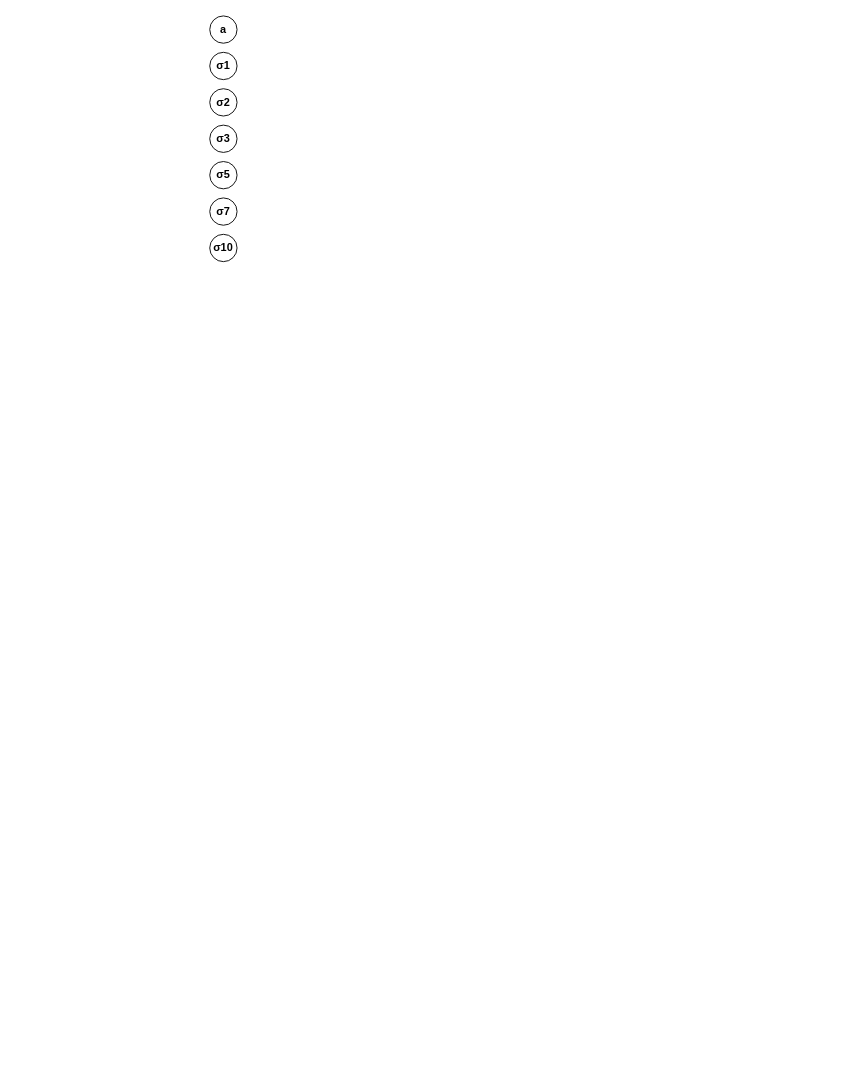
Above: HullWhite Diagram.drawio in lee3jjang/painter (draw.io), before the change. Source tidied: cells renumbered, new cells numbered last; positions are measured from the earlier drawing's top-left corner, leaving out a move shared by most shapes. Both pictures are drawn from the tidied source at 91%, with x=0, y=0 at pixel (209, 15).
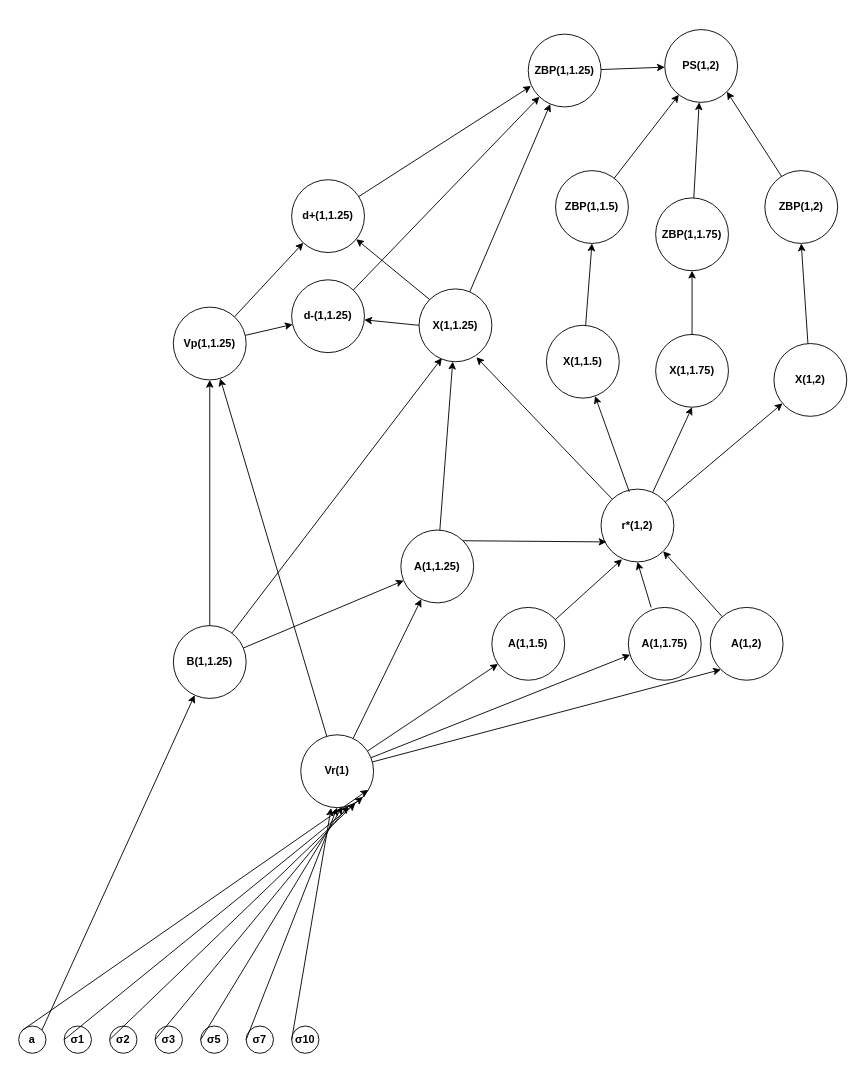
Above is the later version.

Change to the diagram source:
```diff
@@
+    <mxCell id="9" value="PS(1,2)" style="ellipse;whiteSpace=wrap;html=1;fontStyle=1;" parent="1" vertex="1">
+      <mxGeometry x="500" y="15" width="80" height="80" as="geometry" />
+    </mxCell>
+    <mxCell id="10" value="ZBP(1,1.25)" style="ellipse;whiteSpace=wrap;html=1;fontStyle=1;" parent="1" vertex="1">
+      <mxGeometry x="350" y="20" width="80" height="80" as="geometry" />
+    </mxCell>
+    <mxCell id="11" value="ZBP(1,1.5)" style="ellipse;whiteSpace=wrap;html=1;fontStyle=1;" parent="1" vertex="1">
+      <mxGeometry x="380" y="170" width="80" height="80" as="geometry" />
+    </mxCell>
+    <mxCell id="12" value="ZBP(1,1.75)" style="ellipse;whiteSpace=wrap;html=1;fontStyle=1;" parent="1" vertex="1">
+      <mxGeometry x="490" y="200" width="80" height="80" as="geometry" />
+    </mxCell>
+    <mxCell id="13" value="ZBP(1,2)" style="ellipse;whiteSpace=wrap;html=1;fontStyle=1;" parent="1" vertex="1">
+      <mxGeometry x="610" y="170" width="80" height="80" as="geometry" />
+    </mxCell>
+    <mxCell id="14" value="X(1,1.25)" style="ellipse;whiteSpace=wrap;html=1;fontStyle=1;" parent="1" vertex="1">
+      <mxGeometry x="230" y="300" width="80" height="80" as="geometry" />
+    </mxCell>
+    <mxCell id="15" value="X(1,1.5)" style="ellipse;whiteSpace=wrap;html=1;fontStyle=1;" parent="1" vertex="1">
+      <mxGeometry x="370" y="340" width="80" height="80" as="geometry" />
+    </mxCell>
+    <mxCell id="16" value="X(1,1.75)" style="ellipse;whiteSpace=wrap;html=1;fontStyle=1;" parent="1" vertex="1">
+      <mxGeometry x="490" y="350" width="80" height="80" as="geometry" />
+    </mxCell>
+    <mxCell id="17" value="X(1,2)" style="ellipse;whiteSpace=wrap;html=1;fontStyle=1;" parent="1" vertex="1">
+      <mxGeometry x="620" y="360" width="80" height="80" as="geometry" />
+    </mxCell>
+    <mxCell id="18" value="r*(1,2)" style="ellipse;whiteSpace=wrap;html=1;fontStyle=1;" parent="1" vertex="1">
+      <mxGeometry x="430" y="520" width="80" height="80" as="geometry" />
+    </mxCell>
+    <mxCell id="19" style="endArrow=classic;html=1;rounded=0;entryX=0.788;entryY=0.938;entryDx=0;entryDy=0;entryPerimeter=0;" parent="1" edge="1" source="18" target="14">
+      <mxGeometry relative="1" as="geometry" />
+    </mxCell>
+    <mxCell id="20" style="endArrow=classic;html=1;rounded=0;entryX=0.5;entryY=1;entryDx=0;entryDy=0;" parent="1" edge="1" source="18" target="16">
+      <mxGeometry relative="1" as="geometry" />
+    </mxCell>
+    <mxCell id="21" style="endArrow=classic;html=1;rounded=0;exitX=0.388;exitY=0.038;exitDx=0;exitDy=0;exitPerimeter=0;" parent="1" edge="1" source="18" target="15">
+      <mxGeometry relative="1" as="geometry" />
+    </mxCell>
+    <mxCell id="22" style="endArrow=classic;html=1;rounded=0;" parent="1" edge="1" source="18" target="17">
+      <mxGeometry relative="1" as="geometry" />
+    </mxCell>
+    <mxCell id="23" value="d+(1,1.25)" style="ellipse;whiteSpace=wrap;html=1;fontStyle=1;" parent="1" vertex="1">
+      <mxGeometry x="90" y="180" width="80" height="80" as="geometry" />
+    </mxCell>
+    <mxCell id="24" value="d-(1,1.25)" style="ellipse;whiteSpace=wrap;html=1;fontStyle=1;direction=south;" parent="1" vertex="1">
+      <mxGeometry x="90" y="290" width="80" height="80" as="geometry" />
+    </mxCell>
+    <mxCell id="25" style="endArrow=classic;html=1;rounded=0;" parent="1" edge="1" source="24" target="10">
+      <mxGeometry relative="1" as="geometry" />
+    </mxCell>
+    <mxCell id="26" style="endArrow=classic;html=1;rounded=0;entryX=0.038;entryY=0.713;entryDx=0;entryDy=0;entryPerimeter=0;" parent="1" edge="1" source="23" target="10">
+      <mxGeometry relative="1" as="geometry" />
+    </mxCell>
+    <mxCell id="27" style="endArrow=classic;html=1;rounded=0;exitX=0;exitY=0.5;exitDx=0;exitDy=0;" parent="1" edge="1" source="14" target="24">
+      <mxGeometry relative="1" as="geometry" />
+    </mxCell>
+    <mxCell id="28" style="endArrow=classic;html=1;rounded=0;exitX=0;exitY=0;exitDx=0;exitDy=0;" parent="1" edge="1" source="14" target="23">
+      <mxGeometry relative="1" as="geometry" />
+    </mxCell>
+    <mxCell id="29" value="Vp(1,1.25)" style="ellipse;whiteSpace=wrap;html=1;fontStyle=1;" parent="1" vertex="1">
+      <mxGeometry x="-40" y="320" width="80" height="80" as="geometry" />
+    </mxCell>
+    <mxCell id="30" style="endArrow=classic;html=1;rounded=0;" parent="1" edge="1" source="29" target="24">
+      <mxGeometry relative="1" as="geometry" />
+    </mxCell>
+    <mxCell id="31" style="endArrow=classic;html=1;rounded=0;" parent="1" edge="1" source="29" target="23">
+      <mxGeometry relative="1" as="geometry" />
+    </mxCell>
+    <mxCell id="32" style="endArrow=classic;html=1;rounded=0;" parent="1" edge="1" source="10" target="9">
+      <mxGeometry relative="1" as="geometry" />
+    </mxCell>
+    <mxCell id="33" style="endArrow=classic;html=1;rounded=0;" parent="1" edge="1" source="11" target="9">
+      <mxGeometry relative="1" as="geometry" />
+    </mxCell>
+    <mxCell id="34" style="endArrow=classic;html=1;rounded=0;" parent="1" edge="1" source="12" target="9">
+      <mxGeometry relative="1" as="geometry" />
+    </mxCell>
+    <mxCell id="35" style="endArrow=classic;html=1;rounded=0;entryX=1;entryY=1;entryDx=0;entryDy=0;" parent="1" edge="1" source="13" target="9">
+      <mxGeometry relative="1" as="geometry" />
+    </mxCell>
+    <mxCell id="36" style="endArrow=classic;html=1;rounded=0;" parent="1" edge="1" source="14" target="10">
+      <mxGeometry relative="1" as="geometry" />
+    </mxCell>
+    <mxCell id="37" value="Vr(1)" style="ellipse;whiteSpace=wrap;html=1;fontStyle=1;" parent="1" vertex="1">
+      <mxGeometry x="100" y="790" width="80" height="80" as="geometry" />
+    </mxCell>
+    <mxCell id="38" value="B(1,1.25)" style="ellipse;whiteSpace=wrap;html=1;fontStyle=1;" parent="1" vertex="1">
+      <mxGeometry x="-40" y="670" width="80" height="80" as="geometry" />
+    </mxCell>
+    <mxCell id="39" style="endArrow=classic;html=1;rounded=0;" parent="1" edge="1" source="37" target="29">
+      <mxGeometry relative="1" as="geometry" />
+    </mxCell>
+    <mxCell id="40" style="endArrow=classic;html=1;rounded=0;" parent="1" edge="1" source="38" target="29">
+      <mxGeometry relative="1" as="geometry" />
+    </mxCell>
     <mxCell id="2" value="a" style="ellipse;whiteSpace=wrap;html=1;fontStyle=1;" parent="1" vertex="1">
-      <mxGeometry width="30" height="30" as="geometry" />
+      <mxGeometry x="-210" y="1110" width="30" height="30" as="geometry" />
     </mxCell>
     <mxCell id="3" value="σ1" style="ellipse;whiteSpace=wrap;html=1;fontStyle=1;" parent="1" vertex="1">
-      <mxGeometry y="40" width="30" height="30" as="geometry" />
+      <mxGeometry x="-160" y="1110" width="30" height="30" as="geometry" />
     </mxCell>
     <mxCell id="4" value="σ2" style="ellipse;whiteSpace=wrap;html=1;fontStyle=1;" parent="1" vertex="1">
-      <mxGeometry y="80" width="30" height="30" as="geometry" />
+      <mxGeometry x="-110" y="1110" width="30" height="30" as="geometry" />
     </mxCell>
     <mxCell id="5" value="σ3" style="ellipse;whiteSpace=wrap;html=1;fontStyle=1;" parent="1" vertex="1">
-      <mxGeometry y="120" width="30" height="30" as="geometry" />
+      <mxGeometry x="-60" y="1110" width="30" height="30" as="geometry" />
     </mxCell>
     <mxCell id="6" value="σ5" style="ellipse;whiteSpace=wrap;html=1;fontStyle=1;" parent="1" vertex="1">
-      <mxGeometry y="160" width="30" height="30" as="geometry" />
+      <mxGeometry x="-10" y="1110" width="30" height="30" as="geometry" />
     </mxCell>
     <mxCell id="7" value="σ7" style="ellipse;whiteSpace=wrap;html=1;fontStyle=1;" parent="1" vertex="1">
-      <mxGeometry y="200" width="30" height="30" as="geometry" />
+      <mxGeometry x="40" y="1110" width="30" height="30" as="geometry" />
     </mxCell>
     <mxCell id="8" value="σ10" style="ellipse;whiteSpace=wrap;html=1;fontStyle=1;" parent="1" vertex="1">
-      <mxGeometry y="240" width="30" height="30" as="geometry" />
+      <mxGeometry x="90" y="1110" width="30" height="30" as="geometry" />
     </mxCell>
+    <mxCell id="41" style="endArrow=classic;html=1;rounded=0;entryX=0.927;entryY=0.756;entryDx=0;entryDy=0;exitX=0;exitY=0;exitDx=0;exitDy=0;entryPerimeter=0;" parent="1" edge="1" source="2" target="37">
+      <mxGeometry relative="1" as="geometry" />
+    </mxCell>
+    <mxCell id="42" style="endArrow=classic;html=1;rounded=0;entryX=1;entryY=1;entryDx=0;entryDy=0;exitX=0;exitY=0.5;exitDx=0;exitDy=0;" parent="1" edge="1" source="3" target="37">
+      <mxGeometry relative="1" as="geometry" />
+    </mxCell>
+    <mxCell id="43" style="endArrow=classic;html=1;rounded=0;exitX=0;exitY=0.5;exitDx=0;exitDy=0;entryX=0.75;entryY=0.938;entryDx=0;entryDy=0;entryPerimeter=0;" parent="1" edge="1" source="4" target="37">
+      <mxGeometry relative="1" as="geometry" />
+    </mxCell>
+    <mxCell id="44" style="endArrow=classic;html=1;rounded=0;entryX=0.656;entryY=0.975;entryDx=0;entryDy=0;exitX=0;exitY=0.5;exitDx=0;exitDy=0;entryPerimeter=0;" parent="1" edge="1" source="5" target="37">
+      <mxGeometry relative="1" as="geometry" />
+    </mxCell>
+    <mxCell id="45" style="endArrow=classic;html=1;rounded=0;entryX=0.573;entryY=0.985;entryDx=0;entryDy=0;exitX=0;exitY=0.5;exitDx=0;exitDy=0;entryPerimeter=0;" parent="1" edge="1" source="6" target="37">
+      <mxGeometry relative="1" as="geometry" />
+    </mxCell>
+    <mxCell id="46" style="endArrow=classic;html=1;rounded=0;entryX=0.5;entryY=1;entryDx=0;entryDy=0;exitX=0;exitY=0.5;exitDx=0;exitDy=0;" parent="1" edge="1" source="7" target="37">
+      <mxGeometry relative="1" as="geometry" />
+    </mxCell>
+    <mxCell id="47" style="endArrow=classic;html=1;rounded=0;entryX=0.417;entryY=1.006;entryDx=0;entryDy=0;exitX=0;exitY=0.5;exitDx=0;exitDy=0;entryPerimeter=0;" parent="1" edge="1" source="8" target="37">
+      <mxGeometry relative="1" as="geometry" />
+    </mxCell>
+    <mxCell id="48" style="endArrow=classic;html=1;rounded=0;exitX=1;exitY=0;exitDx=0;exitDy=0;" parent="1" edge="1" source="2" target="38">
+      <mxGeometry relative="1" as="geometry" />
+    </mxCell>
+    <mxCell id="49" value="A(1,1.25)" style="ellipse;whiteSpace=wrap;html=1;fontStyle=1;" parent="1" vertex="1">
+      <mxGeometry x="210" y="565" width="80" height="80" as="geometry" />
+    </mxCell>
+    <mxCell id="50" style="endArrow=classic;html=1;rounded=0;" parent="1" edge="1" source="49" target="14">
+      <mxGeometry relative="1" as="geometry" />
+    </mxCell>
+    <mxCell id="51" style="endArrow=classic;html=1;rounded=0;entryX=0.313;entryY=0.95;entryDx=0;entryDy=0;entryPerimeter=0;" parent="1" edge="1" source="38" target="14">
+      <mxGeometry relative="1" as="geometry" />
+    </mxCell>
+    <mxCell id="52" style="endArrow=classic;html=1;rounded=0;entryX=0.075;entryY=0.725;entryDx=0;entryDy=0;entryPerimeter=0;exitX=1;exitY=0;exitDx=0;exitDy=0;" parent="1" edge="1" source="49" target="18">
+      <mxGeometry relative="1" as="geometry" />
+    </mxCell>
+    <mxCell id="53" value="A(1,1.5)" style="ellipse;whiteSpace=wrap;html=1;fontStyle=1;" parent="1" vertex="1">
+      <mxGeometry x="310" y="650" width="80" height="80" as="geometry" />
+    </mxCell>
+    <mxCell id="54" value="A(1,1.75)" style="ellipse;whiteSpace=wrap;html=1;fontStyle=1;" parent="1" vertex="1">
+      <mxGeometry x="460" y="650" width="80" height="80" as="geometry" />
+    </mxCell>
+    <mxCell id="55" value="A(1,2)" style="ellipse;whiteSpace=wrap;html=1;fontStyle=1;" parent="1" vertex="1">
+      <mxGeometry x="550" y="650" width="80" height="80" as="geometry" />
+    </mxCell>
+    <mxCell id="56" style="endArrow=classic;html=1;rounded=0;entryX=0.288;entryY=0.963;entryDx=0;entryDy=0;entryPerimeter=0;" parent="1" edge="1" source="53" target="18">
+      <mxGeometry relative="1" as="geometry" />
+    </mxCell>
+    <mxCell id="57" style="endArrow=classic;html=1;rounded=0;exitX=0.313;exitY=0;exitDx=0;exitDy=0;exitPerimeter=0;entryX=0.5;entryY=1;entryDx=0;entryDy=0;" parent="1" edge="1" source="54" target="18">
+      <mxGeometry relative="1" as="geometry" />
+    </mxCell>
+    <mxCell id="58" style="endArrow=classic;html=1;rounded=0;entryX=1;entryY=1;entryDx=0;entryDy=0;" parent="1" edge="1" source="55" target="18">
+      <mxGeometry relative="1" as="geometry" />
+    </mxCell>
+    <mxCell id="59" style="endArrow=classic;html=1;rounded=0;" parent="1" edge="1" source="38" target="49">
+      <mxGeometry relative="1" as="geometry" />
+    </mxCell>
+    <mxCell id="60" style="endArrow=classic;html=1;rounded=0;" parent="1" edge="1" source="37" target="49">
+      <mxGeometry relative="1" as="geometry" />
+    </mxCell>
+    <mxCell id="61" style="endArrow=classic;html=1;rounded=0;exitX=0.5;exitY=0;exitDx=0;exitDy=0;entryX=0.5;entryY=1;entryDx=0;entryDy=0;" parent="1" edge="1" source="16" target="12">
+      <mxGeometry relative="1" as="geometry" />
+    </mxCell>
+    <mxCell id="62" style="endArrow=classic;html=1;rounded=0;entryX=0.5;entryY=1;entryDx=0;entryDy=0;" parent="1" edge="1" source="17" target="13">
+      <mxGeometry relative="1" as="geometry" />
+    </mxCell>
+    <mxCell id="63" style="endArrow=classic;html=1;rounded=0;entryX=0.5;entryY=1;entryDx=0;entryDy=0;" parent="1" edge="1" source="15" target="11">
+      <mxGeometry relative="1" as="geometry" />
+    </mxCell>
+    <mxCell id="64" style="endArrow=classic;html=1;rounded=0;" parent="1" edge="1" source="37" target="53">
+      <mxGeometry relative="1" as="geometry" />
+    </mxCell>
+    <mxCell id="65" style="endArrow=classic;html=1;rounded=0;entryX=0.025;entryY=0.65;entryDx=0;entryDy=0;entryPerimeter=0;" parent="1" edge="1" source="37" target="54">
+      <mxGeometry relative="1" as="geometry" />
+    </mxCell>
+    <mxCell id="66" style="endArrow=classic;html=1;rounded=0;entryX=0;entryY=1;entryDx=0;entryDy=0;" parent="1" edge="1" source="37" target="55">
+      <mxGeometry relative="1" as="geometry" />
+    </mxCell>
```
